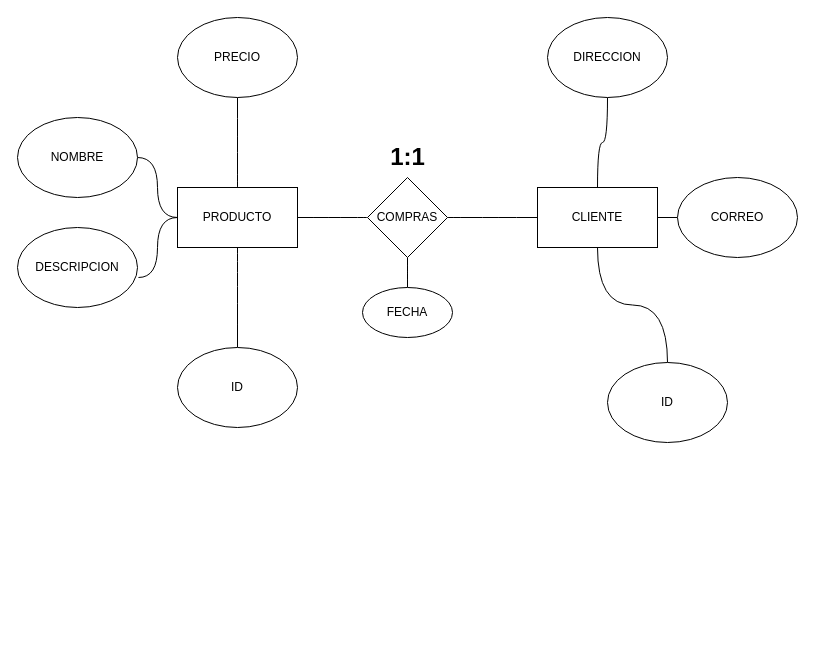
Earlier version of the draw.io diagram page "Ejemplo 2" (3 of 4) of Relacion_entidad.io.drawio (leoandyaz/Base-de-datos). Source tidied: cells renumbered, new cells numbered last; positions are measured from the earlier drawing's top-left corner, leaving out a move shared by most shapes. Both pictures are drawn from the tidied source at 100%, with x=0, y=0 at pixel (17, 17).
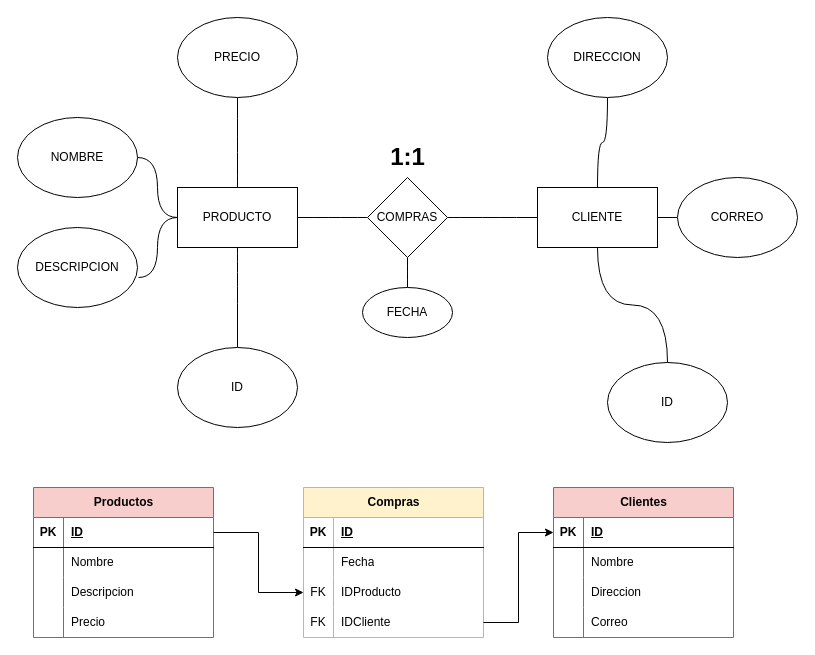
After the change.

The edit, as a diff of the source:
```diff
@@
+    <mxCell id="24" value="Productos" style="shape=table;startSize=30;childLayout=tableLayout;rowLines=0;fontStyle=1;align=center;html=1;fillColor=#f8cecc;strokeColor=#b85450;" parent="1" vertex="1">
+      <mxGeometry x="16" y="470" width="180" height="150" as="geometry" />
+    </mxCell>
+    <mxCell id="25" style="shape=tableRow;horizontal=0;startSize=0;swimlaneHead=0;swimlaneBody=0;fillColor=none;points=[[0,0.5],[1,0.5]];portConstraint=eastwest;top=0;left=0;right=0;bottom=1;" parent="24" vertex="1">
+      <mxGeometry y="30" width="180" height="30" as="geometry" />
+    </mxCell>
+    <mxCell id="26" value="PK" style="shape=partialRectangle;fillColor=none;top=0;left=0;bottom=0;right=0;fontStyle=1;overflow=hidden;whiteSpace=wrap;html=1;" parent="25" vertex="1">
+      <mxGeometry width="30" height="30" as="geometry" />
+    </mxCell>
+    <mxCell id="27" value="ID" style="shape=partialRectangle;fillColor=none;top=0;left=0;bottom=0;right=0;align=left;spacingLeft=6;fontStyle=5;overflow=hidden;whiteSpace=wrap;html=1;" parent="25" vertex="1">
+      <mxGeometry x="30" width="150" height="30" as="geometry" />
+    </mxCell>
+    <mxCell id="28" style="shape=tableRow;horizontal=0;startSize=0;swimlaneHead=0;swimlaneBody=0;fillColor=none;top=0;left=0;right=0;bottom=0;" parent="24" vertex="1">
+      <mxGeometry y="60" width="180" height="30" as="geometry" />
+    </mxCell>
+    <mxCell id="29" style="shape=partialRectangle;fillColor=none;top=0;left=0;bottom=0;right=0;overflow=hidden;whiteSpace=wrap;html=1;" parent="28" vertex="1">
+      <mxGeometry width="30" height="30" as="geometry" />
+    </mxCell>
+    <mxCell id="30" value="Nombre" style="shape=partialRectangle;fillColor=none;top=0;left=0;bottom=0;right=0;align=left;spacingLeft=6;overflow=hidden;whiteSpace=wrap;html=1;" parent="28" vertex="1">
+      <mxGeometry x="30" width="150" height="30" as="geometry" />
+    </mxCell>
+    <mxCell id="31" style="shape=tableRow;horizontal=0;startSize=0;swimlaneHead=0;swimlaneBody=0;fillColor=none;top=0;left=0;right=0;bottom=0;" parent="24" vertex="1">
+      <mxGeometry y="90" width="180" height="30" as="geometry" />
+    </mxCell>
+    <mxCell id="32" style="shape=partialRectangle;fillColor=none;top=0;left=0;bottom=0;right=0;overflow=hidden;whiteSpace=wrap;html=1;" parent="31" vertex="1">
+      <mxGeometry width="30" height="30" as="geometry" />
+    </mxCell>
+    <mxCell id="33" value="Descripcion" style="shape=partialRectangle;fillColor=none;top=0;left=0;bottom=0;right=0;align=left;spacingLeft=6;overflow=hidden;whiteSpace=wrap;html=1;" parent="31" vertex="1">
+      <mxGeometry x="30" width="150" height="30" as="geometry" />
+    </mxCell>
+    <mxCell id="34" style="shape=tableRow;horizontal=0;startSize=0;swimlaneHead=0;swimlaneBody=0;fillColor=none;top=0;left=0;right=0;bottom=0;" parent="24" vertex="1">
+      <mxGeometry y="120" width="180" height="30" as="geometry" />
+    </mxCell>
+    <mxCell id="35" style="shape=partialRectangle;fillColor=none;top=0;left=0;bottom=0;right=0;overflow=hidden;whiteSpace=wrap;html=1;" parent="34" vertex="1">
+      <mxGeometry width="30" height="30" as="geometry" />
+    </mxCell>
+    <mxCell id="36" value="Precio" style="shape=partialRectangle;fillColor=none;top=0;left=0;bottom=0;right=0;align=left;spacingLeft=6;overflow=hidden;whiteSpace=wrap;html=1;" parent="34" vertex="1">
+      <mxGeometry x="30" width="150" height="30" as="geometry" />
+    </mxCell>
+    <mxCell id="37" value="Compras" style="shape=table;startSize=30;childLayout=tableLayout;rowLines=0;fontStyle=1;align=center;html=1;fillColor=#fff2cc;strokeColor=#d6b656;" parent="1" vertex="1">
+      <mxGeometry x="286" y="470" width="180" height="150" as="geometry" />
+    </mxCell>
+    <mxCell id="38" style="shape=tableRow;horizontal=0;startSize=0;swimlaneHead=0;swimlaneBody=0;fillColor=none;top=0;left=0;right=0;bottom=1;" parent="37" vertex="1">
+      <mxGeometry y="30" width="180" height="30" as="geometry" />
+    </mxCell>
+    <mxCell id="39" value="PK" style="shape=partialRectangle;fillColor=none;top=0;left=0;bottom=0;right=0;fontStyle=1;overflow=hidden;whiteSpace=wrap;html=1;" parent="38" vertex="1">
+      <mxGeometry width="30" height="30" as="geometry" />
+    </mxCell>
+    <mxCell id="40" value="ID" style="shape=partialRectangle;fillColor=none;top=0;left=0;bottom=0;right=0;align=left;spacingLeft=6;fontStyle=5;overflow=hidden;whiteSpace=wrap;html=1;" parent="38" vertex="1">
+      <mxGeometry x="30" width="150" height="30" as="geometry" />
+    </mxCell>
+    <mxCell id="41" style="shape=tableRow;horizontal=0;startSize=0;swimlaneHead=0;swimlaneBody=0;fillColor=none;top=0;left=0;right=0;bottom=0;" parent="37" vertex="1">
+      <mxGeometry y="60" width="180" height="30" as="geometry" />
+    </mxCell>
+    <mxCell id="42" style="shape=partialRectangle;fillColor=none;top=0;left=0;bottom=0;right=0;overflow=hidden;whiteSpace=wrap;html=1;" parent="41" vertex="1">
+      <mxGeometry width="30" height="30" as="geometry" />
+    </mxCell>
+    <mxCell id="43" value="Fecha" style="shape=partialRectangle;fillColor=none;top=0;left=0;bottom=0;right=0;align=left;spacingLeft=6;overflow=hidden;whiteSpace=wrap;html=1;" parent="41" vertex="1">
+      <mxGeometry x="30" width="150" height="30" as="geometry" />
+    </mxCell>
+    <mxCell id="44" style="shape=tableRow;horizontal=0;startSize=0;swimlaneHead=0;swimlaneBody=0;fillColor=none;points=[[0,0.5],[1,0.5]];portConstraint=eastwest;top=0;left=0;right=0;bottom=0;" parent="37" vertex="1">
+      <mxGeometry y="90" width="180" height="30" as="geometry" />
+    </mxCell>
+    <mxCell id="45" value="FK" style="shape=partialRectangle;fillColor=none;top=0;left=0;bottom=0;right=0;overflow=hidden;whiteSpace=wrap;html=1;" parent="44" vertex="1">
+      <mxGeometry width="30" height="30" as="geometry" />
+    </mxCell>
+    <mxCell id="46" value="IDProducto" style="shape=partialRectangle;fillColor=none;top=0;left=0;bottom=0;right=0;align=left;spacingLeft=6;overflow=hidden;whiteSpace=wrap;html=1;" parent="44" vertex="1">
+      <mxGeometry x="30" width="150" height="30" as="geometry" />
+    </mxCell>
+    <mxCell id="47" style="shape=tableRow;horizontal=0;startSize=0;swimlaneHead=0;swimlaneBody=0;fillColor=none;points=[[0,0.5],[1,0.5]];portConstraint=eastwest;top=0;left=0;right=0;bottom=0;" parent="37" vertex="1">
+      <mxGeometry y="120" width="180" height="30" as="geometry" />
+    </mxCell>
+    <mxCell id="48" value="FK" style="shape=partialRectangle;fillColor=none;top=0;left=0;bottom=0;right=0;overflow=hidden;whiteSpace=wrap;html=1;" parent="47" vertex="1">
+      <mxGeometry width="30" height="30" as="geometry" />
+    </mxCell>
+    <mxCell id="49" value="IDCliente" style="shape=partialRectangle;fillColor=none;top=0;left=0;bottom=0;right=0;align=left;spacingLeft=6;overflow=hidden;whiteSpace=wrap;html=1;" parent="47" vertex="1">
+      <mxGeometry x="30" width="150" height="30" as="geometry" />
+    </mxCell>
+    <mxCell id="50" value="Clientes" style="shape=table;startSize=30;childLayout=tableLayout;rowLines=0;fontStyle=1;align=center;html=1;fillColor=#f8cecc;strokeColor=#b85450;" parent="1" vertex="1">
+      <mxGeometry x="536" y="470" width="180" height="150" as="geometry" />
+    </mxCell>
+    <mxCell id="51" style="shape=tableRow;horizontal=0;startSize=0;swimlaneHead=0;swimlaneBody=0;fillColor=none;points=[[0,0.5],[1,0.5]];portConstraint=eastwest;top=0;left=0;right=0;bottom=1;" parent="50" vertex="1">
+      <mxGeometry y="30" width="180" height="30" as="geometry" />
+    </mxCell>
+    <mxCell id="52" value="PK" style="shape=partialRectangle;fillColor=none;top=0;left=0;bottom=0;right=0;fontStyle=1;overflow=hidden;whiteSpace=wrap;html=1;" parent="51" vertex="1">
+      <mxGeometry width="30" height="30" as="geometry" />
+    </mxCell>
+    <mxCell id="53" value="ID" style="shape=partialRectangle;fillColor=none;top=0;left=0;bottom=0;right=0;align=left;spacingLeft=6;fontStyle=5;overflow=hidden;whiteSpace=wrap;html=1;" parent="51" vertex="1">
+      <mxGeometry x="30" width="150" height="30" as="geometry" />
+    </mxCell>
+    <mxCell id="54" style="shape=tableRow;horizontal=0;startSize=0;swimlaneHead=0;swimlaneBody=0;fillColor=none;top=0;left=0;right=0;bottom=0;" parent="50" vertex="1">
+      <mxGeometry y="60" width="180" height="30" as="geometry" />
+    </mxCell>
+    <mxCell id="55" style="shape=partialRectangle;fillColor=none;top=0;left=0;bottom=0;right=0;overflow=hidden;whiteSpace=wrap;html=1;" parent="54" vertex="1">
+      <mxGeometry width="30" height="30" as="geometry" />
+    </mxCell>
+    <mxCell id="56" value="Nombre" style="shape=partialRectangle;fillColor=none;top=0;left=0;bottom=0;right=0;align=left;spacingLeft=6;overflow=hidden;whiteSpace=wrap;html=1;" parent="54" vertex="1">
+      <mxGeometry x="30" width="150" height="30" as="geometry" />
+    </mxCell>
+    <mxCell id="57" style="shape=tableRow;horizontal=0;startSize=0;swimlaneHead=0;swimlaneBody=0;fillColor=none;top=0;left=0;right=0;bottom=0;" parent="50" vertex="1">
+      <mxGeometry y="90" width="180" height="30" as="geometry" />
+    </mxCell>
+    <mxCell id="58" style="shape=partialRectangle;fillColor=none;top=0;left=0;bottom=0;right=0;overflow=hidden;whiteSpace=wrap;html=1;" parent="57" vertex="1">
+      <mxGeometry width="30" height="30" as="geometry" />
+    </mxCell>
+    <mxCell id="59" value="Direccion" style="shape=partialRectangle;fillColor=none;top=0;left=0;bottom=0;right=0;align=left;spacingLeft=6;overflow=hidden;whiteSpace=wrap;html=1;" parent="57" vertex="1">
+      <mxGeometry x="30" width="150" height="30" as="geometry" />
+    </mxCell>
+    <mxCell id="60" style="shape=tableRow;horizontal=0;startSize=0;swimlaneHead=0;swimlaneBody=0;fillColor=none;top=0;left=0;right=0;bottom=0;" parent="50" vertex="1">
+      <mxGeometry y="120" width="180" height="30" as="geometry" />
+    </mxCell>
+    <mxCell id="61" style="shape=partialRectangle;fillColor=none;top=0;left=0;bottom=0;right=0;overflow=hidden;whiteSpace=wrap;html=1;" parent="60" vertex="1">
+      <mxGeometry width="30" height="30" as="geometry" />
+    </mxCell>
+    <mxCell id="62" value="Correo" style="shape=partialRectangle;fillColor=none;top=0;left=0;bottom=0;right=0;align=left;spacingLeft=6;overflow=hidden;whiteSpace=wrap;html=1;" parent="60" vertex="1">
+      <mxGeometry x="30" width="150" height="30" as="geometry" />
+    </mxCell>
+    <mxCell id="63" style="edgeStyle=orthogonalEdgeStyle;rounded=0;jettySize=auto;html=1;" parent="1" edge="1" source="25" target="44">
+      <mxGeometry relative="1" as="geometry" />
+    </mxCell>
+    <mxCell id="64" style="edgeStyle=orthogonalEdgeStyle;rounded=0;jettySize=auto;html=1;entryX=0;entryY=0.5;entryDx=0;entryDy=0;" parent="1" edge="1" source="47" target="51">
+      <mxGeometry relative="1" as="geometry" />
+    </mxCell>
```
